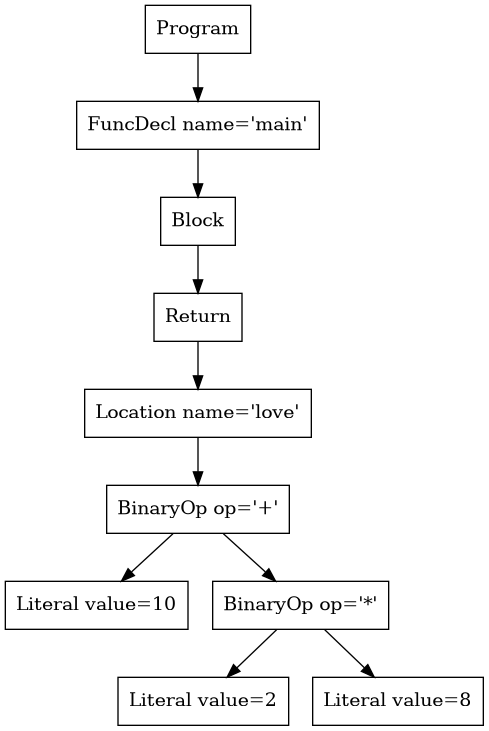
The Graphviz diagram p2-parser/tree.png in purejerome/cs432_project, before a commit. Its source is kept beside it as p2-parser/tree.dot.
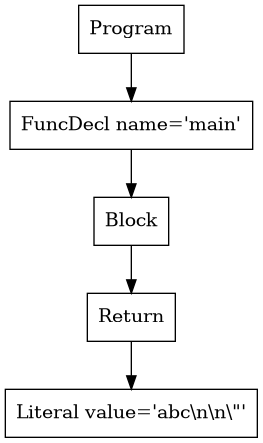
Later version of the same file.

The edit, as a diff of the source:
```diff
@@ -1,15 +1,5 @@
 digraph AST {
-6 [shape=box, label="Literal value=10"];
-8 [shape=box, label="Literal value=2"];
-9 [shape=box, label="Literal value=8"];
-7 [shape=box, label="BinaryOp op='*'"];
-7 -> 8;
-7 -> 9;
-5 [shape=box, label="BinaryOp op='+'"];
-5 -> 6;
-5 -> 7;
-4 [shape=box, label="Location name='love'"];
-4 -> 5;
+4 [shape=box, label="Literal value='abc\\n\\n\\\"'"];
 3 [shape=box, label="Return"];
 3 -> 4;
 2 [shape=box, label="Block"];
```
